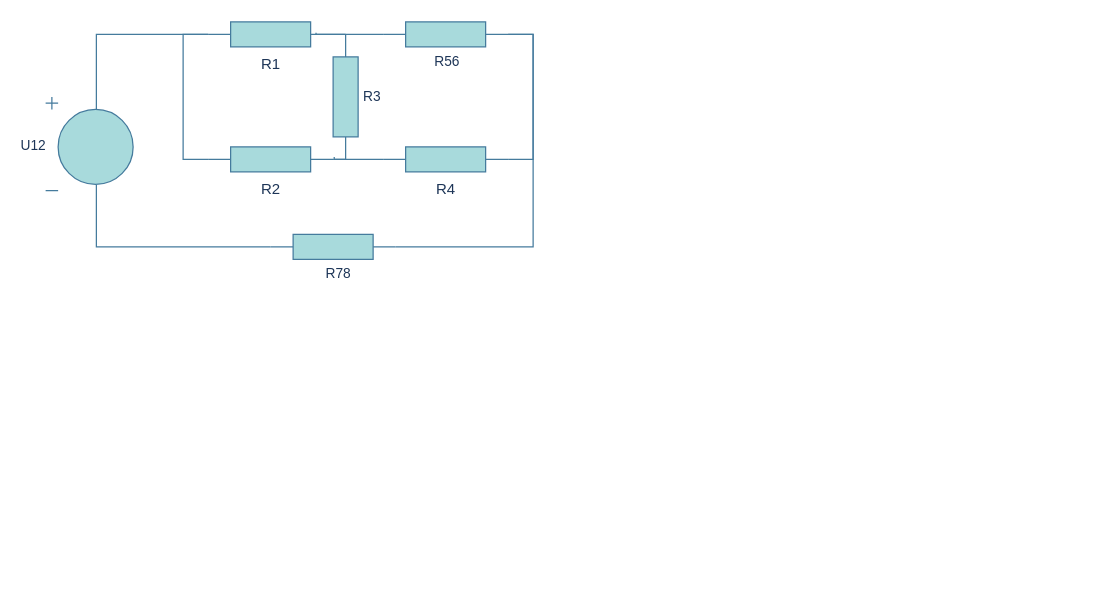
Above: iel_proj.drawio in stofife/IUS (draw.io), before the change. Source tidied: cells renumbered, new cells numbered last; positions are measured from the earlier drawing's top-left corner, leaving out a move shared by most shapes. Both pictures are drawn from the tidied source at 125%, with x=0, y=0 at pixel (45, 21).
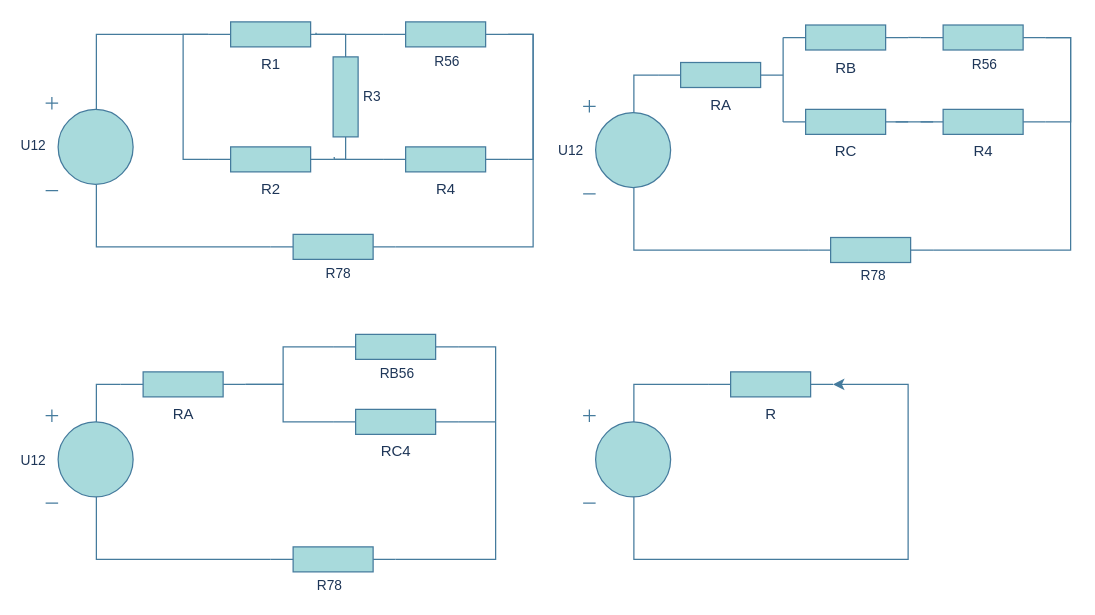
Above is the later version.

The edit, as a diff of the source:
```diff
@@
+    <mxCell id="22" style="edgeStyle=orthogonalEdgeStyle;rounded=0;jettySize=auto;html=1;endArrow=none;endFill=0;entryX=0.58;entryY=0.935;entryDx=0;entryDy=0;entryPerimeter=0;labelBackgroundColor=none;strokeColor=#457B9D;fontColor=default;" parent="1" edge="1" source="24" target="25">
+      <mxGeometry relative="1" as="geometry" />
+    </mxCell>
+    <mxCell id="23" value="&lt;div&gt;U12&lt;/div&gt;" style="edgeLabel;html=1;align=center;verticalAlign=middle;labelBackgroundColor=none;fontColor=#1D3557;" parent="22" vertex="1">
+      <mxGeometry x="0.61" y="-1" relative="1" as="geometry">
+        <mxPoint x="-52" y="-67" as="offset" />
+      </mxGeometry>
+    </mxCell>
+    <mxCell id="24" style="verticalLabelPosition=bottom;shadow=0;dashed=0;align=center;html=1;verticalAlign=top;shape=mxgraph.electrical.resistors.resistor_1;labelBackgroundColor=none;fillColor=#A8DADC;strokeColor=#457B9D;fontColor=#1D3557;" parent="1" vertex="1">
+      <mxGeometry x="610" y="172.5" width="100" height="20" as="geometry" />
+    </mxCell>
+    <mxCell id="25" style="verticalLabelPosition=bottom;shadow=0;dashed=0;align=center;html=1;verticalAlign=top;shape=mxgraph.electrical.signal_sources.dc_source_1;labelBackgroundColor=none;fillColor=#A8DADC;strokeColor=#457B9D;fontColor=#1D3557;" parent="1" vertex="1">
+      <mxGeometry x="430" y="62.5" width="70" height="75" as="geometry" />
+    </mxCell>
+    <mxCell id="26" style="verticalLabelPosition=bottom;shadow=0;dashed=0;align=center;html=1;verticalAlign=top;shape=mxgraph.electrical.resistors.resistor_1;rotation=-180;labelBackgroundColor=none;fillColor=#A8DADC;strokeColor=#457B9D;fontColor=#1D3557;" parent="1" vertex="1">
+      <mxGeometry x="700" y="2.5" width="100" height="20" as="geometry" />
+    </mxCell>
+    <mxCell id="27" style="edgeStyle=orthogonalEdgeStyle;rounded=0;jettySize=auto;html=1;endArrow=none;endFill=0;labelBackgroundColor=none;strokeColor=#457B9D;fontColor=default;" parent="1" edge="1" source="28" target="29">
+      <mxGeometry relative="1" as="geometry" />
+    </mxCell>
+    <mxCell id="28" value="&lt;div&gt;R4&lt;/div&gt;" style="verticalLabelPosition=bottom;shadow=0;dashed=0;align=center;html=1;verticalAlign=top;shape=mxgraph.electrical.resistors.resistor_1;labelBackgroundColor=none;fillColor=#A8DADC;strokeColor=#457B9D;fontColor=#1D3557;" parent="1" vertex="1">
+      <mxGeometry x="700" y="70" width="100" height="20" as="geometry" />
+    </mxCell>
+    <mxCell id="29" value="RC" style="verticalLabelPosition=bottom;shadow=0;dashed=0;align=center;html=1;verticalAlign=top;shape=mxgraph.electrical.resistors.resistor_1;labelBackgroundColor=none;fillColor=#A8DADC;strokeColor=#457B9D;fontColor=#1D3557;" parent="1" vertex="1">
+      <mxGeometry x="590" y="70" width="100" height="20" as="geometry" />
+    </mxCell>
+    <mxCell id="30" value="&lt;div&gt;RA&lt;/div&gt;" style="verticalLabelPosition=bottom;shadow=0;dashed=0;align=center;html=1;verticalAlign=top;shape=mxgraph.electrical.resistors.resistor_1;labelBackgroundColor=none;fillColor=#A8DADC;strokeColor=#457B9D;fontColor=#1D3557;" parent="1" vertex="1">
+      <mxGeometry x="490" y="32.5" width="100" height="20" as="geometry" />
+    </mxCell>
+    <mxCell id="31" style="edgeStyle=orthogonalEdgeStyle;rounded=0;jettySize=auto;html=1;exitX=0;exitY=0.5;exitDx=0;exitDy=0;exitPerimeter=0;entryX=0.58;entryY=0.135;entryDx=0;entryDy=0;entryPerimeter=0;endArrow=none;endFill=0;labelBackgroundColor=none;strokeColor=#457B9D;fontColor=default;" parent="1" edge="1" source="30" target="25">
+      <mxGeometry relative="1" as="geometry" />
+    </mxCell>
+    <mxCell id="32" style="edgeStyle=orthogonalEdgeStyle;rounded=0;jettySize=auto;html=1;exitX=0;exitY=0.5;exitDx=0;exitDy=0;exitPerimeter=0;entryX=1;entryY=0.5;entryDx=0;entryDy=0;entryPerimeter=0;endArrow=none;endFill=0;labelBackgroundColor=none;strokeColor=#457B9D;fontColor=default;" parent="1" edge="1" source="26" target="28">
+      <mxGeometry relative="1" as="geometry" />
+    </mxCell>
+    <mxCell id="33" style="edgeStyle=orthogonalEdgeStyle;rounded=0;jettySize=auto;html=1;exitX=1;exitY=0.5;exitDx=0;exitDy=0;exitPerimeter=0;entryX=0;entryY=0.5;entryDx=0;entryDy=0;entryPerimeter=0;endArrow=none;endFill=0;labelBackgroundColor=none;strokeColor=#457B9D;fontColor=default;" parent="1" edge="1" source="24" target="26">
+      <mxGeometry relative="1" as="geometry" />
+    </mxCell>
+    <mxCell id="34" value="R78" style="edgeLabel;html=1;align=center;verticalAlign=middle;labelBackgroundColor=none;fontColor=#1D3557;" parent="33" vertex="1">
+      <mxGeometry x="-0.5" y="1" relative="1" as="geometry">
+        <mxPoint x="-124" y="21" as="offset" />
+      </mxGeometry>
+    </mxCell>
+    <mxCell id="35" value="&lt;div&gt;R56&lt;/div&gt;" style="edgeLabel;html=1;align=center;verticalAlign=middle;labelBackgroundColor=none;fontColor=#1D3557;" parent="33" vertex="1">
+      <mxGeometry x="0.79" y="-2" relative="1" as="geometry">
+        <mxPoint x="-72" y="10" as="offset" />
+      </mxGeometry>
+    </mxCell>
+    <mxCell id="36" value="RB" style="verticalLabelPosition=bottom;shadow=0;dashed=0;align=center;html=1;verticalAlign=top;shape=mxgraph.electrical.resistors.resistor_1;strokeColor=#457B9D;fontColor=#1D3557;fillColor=#A8DADC;" parent="1" vertex="1">
+      <mxGeometry x="590" y="2.5" width="100" height="20" as="geometry" />
+    </mxCell>
+    <mxCell id="37" style="edgeStyle=orthogonalEdgeStyle;rounded=0;jettySize=auto;html=1;exitX=1;exitY=0.5;exitDx=0;exitDy=0;exitPerimeter=0;entryX=1;entryY=0.5;entryDx=0;entryDy=0;entryPerimeter=0;strokeColor=#457B9D;fontColor=#1D3557;fillColor=#A8DADC;endArrow=none;endFill=0;" parent="1" edge="1" source="26" target="36">
+      <mxGeometry relative="1" as="geometry" />
+    </mxCell>
+    <mxCell id="38" style="edgeStyle=orthogonalEdgeStyle;rounded=0;jettySize=auto;html=1;exitX=0;exitY=0.5;exitDx=0;exitDy=0;exitPerimeter=0;entryX=1;entryY=0.5;entryDx=0;entryDy=0;entryPerimeter=0;strokeColor=#457B9D;fontColor=#1D3557;fillColor=#A8DADC;endArrow=none;endFill=0;" parent="1" edge="1" source="36" target="30">
+      <mxGeometry relative="1" as="geometry" />
+    </mxCell>
+    <mxCell id="39" style="edgeStyle=orthogonalEdgeStyle;rounded=0;jettySize=auto;html=1;exitX=0;exitY=0.5;exitDx=0;exitDy=0;exitPerimeter=0;entryX=1;entryY=0.5;entryDx=0;entryDy=0;entryPerimeter=0;strokeColor=#457B9D;fontColor=#1D3557;fillColor=#A8DADC;endArrow=none;endFill=0;" parent="1" edge="1" source="29" target="30">
+      <mxGeometry relative="1" as="geometry" />
+    </mxCell>
+    <mxCell id="40" style="edgeStyle=orthogonalEdgeStyle;rounded=0;jettySize=auto;html=1;endArrow=none;endFill=0;entryX=0.58;entryY=0.935;entryDx=0;entryDy=0;entryPerimeter=0;labelBackgroundColor=none;strokeColor=#457B9D;fontColor=default;" parent="1" edge="1" source="42" target="43">
+      <mxGeometry relative="1" as="geometry" />
+    </mxCell>
+    <mxCell id="41" value="&lt;div&gt;U12&lt;/div&gt;" style="edgeLabel;html=1;align=center;verticalAlign=middle;labelBackgroundColor=none;fontColor=#1D3557;" parent="40" vertex="1">
+      <mxGeometry x="0.61" y="-1" relative="1" as="geometry">
+        <mxPoint x="-52" y="-67" as="offset" />
+      </mxGeometry>
+    </mxCell>
+    <mxCell id="42" style="verticalLabelPosition=bottom;shadow=0;dashed=0;align=center;html=1;verticalAlign=top;shape=mxgraph.electrical.resistors.resistor_1;labelBackgroundColor=none;fillColor=#A8DADC;strokeColor=#457B9D;fontColor=#1D3557;" parent="1" vertex="1">
+      <mxGeometry x="180" y="420" width="100" height="20" as="geometry" />
+    </mxCell>
+    <mxCell id="43" style="verticalLabelPosition=bottom;shadow=0;dashed=0;align=center;html=1;verticalAlign=top;shape=mxgraph.electrical.signal_sources.dc_source_1;labelBackgroundColor=none;fillColor=#A8DADC;strokeColor=#457B9D;fontColor=#1D3557;" parent="1" vertex="1">
+      <mxGeometry y="310" width="70" height="75" as="geometry" />
+    </mxCell>
+    <mxCell id="44" style="verticalLabelPosition=bottom;shadow=0;dashed=0;align=center;html=1;verticalAlign=top;shape=mxgraph.electrical.resistors.resistor_1;rotation=-180;labelBackgroundColor=none;fillColor=#A8DADC;strokeColor=#457B9D;fontColor=#1D3557;" parent="1" vertex="1">
+      <mxGeometry x="230" y="250" width="100" height="20" as="geometry" />
+    </mxCell>
+    <mxCell id="45" style="edgeStyle=orthogonalEdgeStyle;rounded=0;jettySize=auto;html=1;exitX=1;exitY=0.5;exitDx=0;exitDy=0;exitPerimeter=0;strokeColor=#457B9D;fontColor=#1D3557;fillColor=#A8DADC;endArrow=none;endFill=0;" parent="1" edge="1" source="46">
+      <mxGeometry relative="1" as="geometry">
+        <mxPoint x="360" y="320.2" as="targetPoint" />
+      </mxGeometry>
+    </mxCell>
+    <mxCell id="46" value="&lt;div&gt;RC4&lt;/div&gt;" style="verticalLabelPosition=bottom;shadow=0;dashed=0;align=center;html=1;verticalAlign=top;shape=mxgraph.electrical.resistors.resistor_1;labelBackgroundColor=none;fillColor=#A8DADC;strokeColor=#457B9D;fontColor=#1D3557;" parent="1" vertex="1">
+      <mxGeometry x="230" y="310" width="100" height="20" as="geometry" />
+    </mxCell>
+    <mxCell id="47" value="&lt;div&gt;RA&lt;/div&gt;" style="verticalLabelPosition=bottom;shadow=0;dashed=0;align=center;html=1;verticalAlign=top;shape=mxgraph.electrical.resistors.resistor_1;labelBackgroundColor=none;fillColor=#A8DADC;strokeColor=#457B9D;fontColor=#1D3557;" parent="1" vertex="1">
+      <mxGeometry x="60" y="280" width="100" height="20" as="geometry" />
+    </mxCell>
+    <mxCell id="48" style="edgeStyle=orthogonalEdgeStyle;rounded=0;jettySize=auto;html=1;exitX=0;exitY=0.5;exitDx=0;exitDy=0;exitPerimeter=0;entryX=0.58;entryY=0.135;entryDx=0;entryDy=0;entryPerimeter=0;endArrow=none;endFill=0;labelBackgroundColor=none;strokeColor=#457B9D;fontColor=default;" parent="1" edge="1" source="47" target="43">
+      <mxGeometry relative="1" as="geometry" />
+    </mxCell>
+    <mxCell id="49" style="edgeStyle=orthogonalEdgeStyle;rounded=0;jettySize=auto;html=1;exitX=1;exitY=0.5;exitDx=0;exitDy=0;exitPerimeter=0;entryX=0;entryY=0.5;entryDx=0;entryDy=0;entryPerimeter=0;endArrow=none;endFill=0;labelBackgroundColor=none;strokeColor=#457B9D;fontColor=default;" parent="1" edge="1" source="42" target="44">
+      <mxGeometry relative="1" as="geometry">
+        <Array as="points">
+          <mxPoint x="360" y="430" />
+          <mxPoint x="360" y="260" />
+        </Array>
+      </mxGeometry>
+    </mxCell>
+    <mxCell id="50" value="R78" style="edgeLabel;html=1;align=center;verticalAlign=middle;labelBackgroundColor=none;fontColor=#1D3557;" parent="49" vertex="1">
+      <mxGeometry x="-0.5" y="1" relative="1" as="geometry">
+        <mxPoint x="-124" y="21" as="offset" />
+      </mxGeometry>
+    </mxCell>
+    <mxCell id="51" value="&lt;div&gt;RB56&lt;/div&gt;" style="edgeLabel;html=1;align=center;verticalAlign=middle;labelBackgroundColor=none;fontColor=#1D3557;" parent="49" vertex="1">
+      <mxGeometry x="0.79" y="-2" relative="1" as="geometry">
+        <mxPoint x="-79" y="22" as="offset" />
+      </mxGeometry>
+    </mxCell>
+    <mxCell id="52" style="edgeStyle=orthogonalEdgeStyle;rounded=0;jettySize=auto;html=1;exitX=1;exitY=0.5;exitDx=0;exitDy=0;exitPerimeter=0;entryX=1;entryY=0.5;entryDx=0;entryDy=0;entryPerimeter=0;strokeColor=#457B9D;fontColor=#1D3557;fillColor=#A8DADC;endArrow=none;endFill=0;" parent="1" edge="1" source="47" target="44">
+      <mxGeometry relative="1" as="geometry">
+        <Array as="points">
+          <mxPoint x="190" y="290" />
+          <mxPoint x="190" y="260" />
+        </Array>
+      </mxGeometry>
+    </mxCell>
+    <mxCell id="53" style="edgeStyle=orthogonalEdgeStyle;rounded=0;jettySize=auto;html=1;exitX=1;exitY=0.5;exitDx=0;exitDy=0;exitPerimeter=0;entryX=0;entryY=0.5;entryDx=0;entryDy=0;entryPerimeter=0;strokeColor=#457B9D;fontColor=#1D3557;fillColor=#A8DADC;endArrow=none;endFill=0;" parent="1" edge="1" source="47" target="46">
+      <mxGeometry relative="1" as="geometry">
+        <Array as="points">
+          <mxPoint x="190" y="290" />
+          <mxPoint x="190" y="320" />
+        </Array>
+      </mxGeometry>
+    </mxCell>
+    <mxCell id="54" style="verticalLabelPosition=bottom;shadow=0;dashed=0;align=center;html=1;verticalAlign=top;shape=mxgraph.electrical.signal_sources.dc_source_1;labelBackgroundColor=none;fillColor=#A8DADC;strokeColor=#457B9D;fontColor=#1D3557;" parent="1" vertex="1">
+      <mxGeometry x="430" y="310" width="70" height="75" as="geometry" />
+    </mxCell>
+    <mxCell id="55" value="R" style="verticalLabelPosition=bottom;shadow=0;dashed=0;align=center;html=1;verticalAlign=top;shape=mxgraph.electrical.resistors.resistor_1;labelBackgroundColor=none;fillColor=#A8DADC;strokeColor=#457B9D;fontColor=#1D3557;" parent="1" vertex="1">
+      <mxGeometry x="530" y="280" width="100" height="20" as="geometry" />
+    </mxCell>
+    <mxCell id="56" style="edgeStyle=orthogonalEdgeStyle;rounded=0;jettySize=auto;html=1;exitX=0;exitY=0.5;exitDx=0;exitDy=0;exitPerimeter=0;entryX=0.58;entryY=0.135;entryDx=0;entryDy=0;entryPerimeter=0;endArrow=none;endFill=0;labelBackgroundColor=none;strokeColor=#457B9D;fontColor=default;" parent="1" edge="1" source="55" target="54">
+      <mxGeometry relative="1" as="geometry" />
+    </mxCell>
+    <mxCell id="57" style="edgeStyle=orthogonalEdgeStyle;rounded=0;jettySize=auto;html=1;exitX=0.58;exitY=0.935;exitDx=0;exitDy=0;exitPerimeter=0;entryX=1;entryY=0.5;entryDx=0;entryDy=0;entryPerimeter=0;strokeColor=#457B9D;fontColor=#1D3557;fillColor=#A8DADC;" parent="1" edge="1" source="54" target="55">
+      <mxGeometry relative="1" as="geometry">
+        <Array as="points">
+          <mxPoint x="471" y="430" />
+          <mxPoint x="690" y="430" />
+          <mxPoint x="690" y="290" />
+        </Array>
+      </mxGeometry>
+    </mxCell>
```
